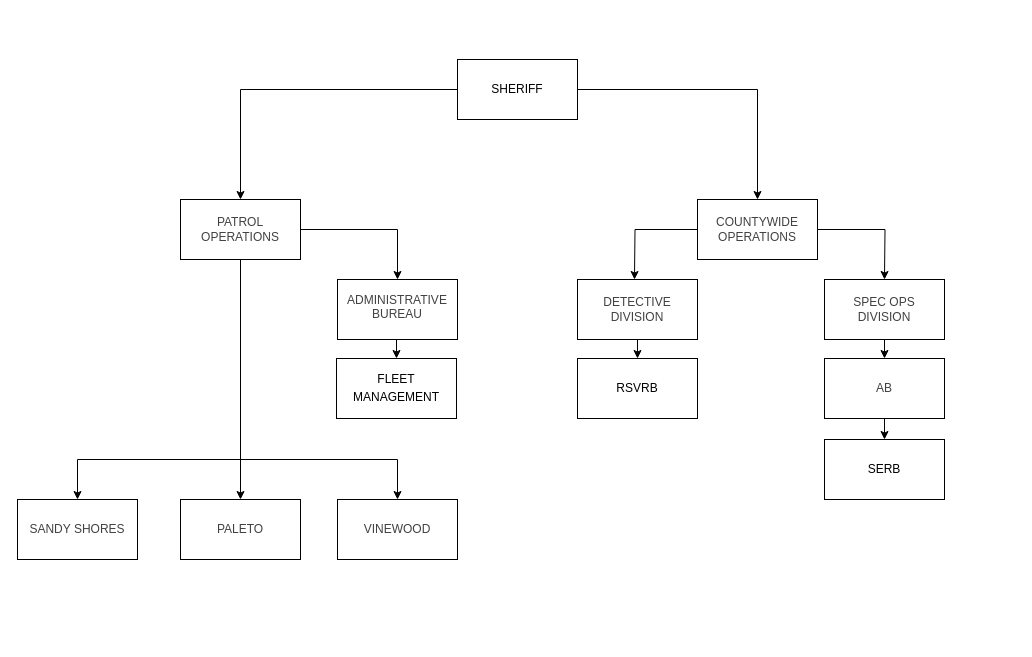
The draw.io diagram Untitled Diagram.drawio in PaulJoych/PaulJoych, before the edit. Source tidied: cells renumbered, new cells numbered last; positions are measured from the earlier drawing's top-left corner, leaving out a move shared by most shapes. Both pictures are drawn from the tidied source at 100%, with x=0, y=0 at pixel (17, 59).
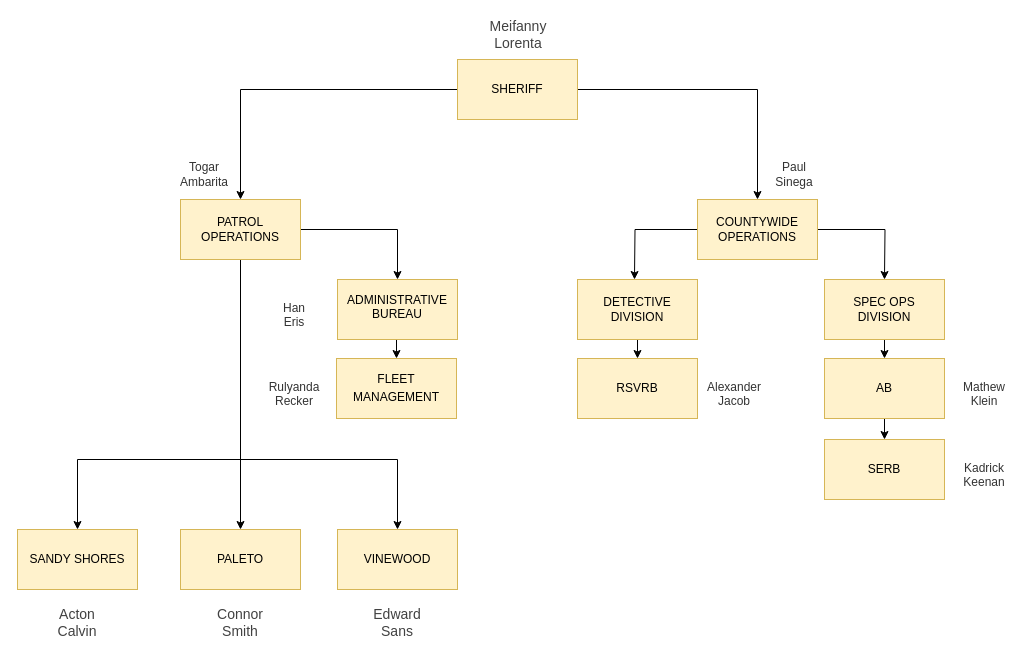
The same page after the edit.

The edit, as a diff of the source:
```diff
@@
-    <mxCell id="4" value="SHERIFF" style="rounded=0;whiteSpace=wrap;html=1;" parent="1" vertex="1">
+    <mxCell id="4" value="SHERIFF" style="rounded=0;whiteSpace=wrap;html=1;fillColor=#fff2cc;strokeColor=#d6b656;fontColor=default;labelBackgroundColor=none;" parent="1" vertex="1">
       <mxGeometry x="440" width="120" height="60" as="geometry" />
     </mxCell>
@@
-    <mxCell id="9" value="&lt;span class=&quot;text-strong&quot; style=&quot;color: rgb(65 , 65 , 65) ; background-color: rgb(255 , 255 , 255)&quot;&gt;&lt;font style=&quot;font-size: 12px&quot;&gt;PATROL OPERATIONS&lt;/font&gt;&lt;/span&gt;" style="rounded=0;whiteSpace=wrap;html=1;" parent="1" vertex="1">
+    <mxCell id="9" value="&lt;span class=&quot;text-strong&quot; style=&quot;&quot;&gt;&lt;font style=&quot;font-size: 12px&quot;&gt;PATROL OPERATIONS&lt;/font&gt;&lt;/span&gt;" style="rounded=0;whiteSpace=wrap;html=1;fillColor=#fff2cc;strokeColor=#d6b656;fontColor=default;labelBackgroundColor=none;" parent="1" vertex="1">
       <mxGeometry x="163" y="140" width="120" height="60" as="geometry" />
     </mxCell>
@@
-    <mxCell id="12" value="&lt;span class=&quot;text-strong&quot; style=&quot;color: rgb(65 , 65 , 65) ; background-color: rgb(255 , 255 , 255)&quot;&gt;&lt;font style=&quot;font-size: 12px&quot;&gt;COUNTYWIDE OPERATIONS&lt;/font&gt;&lt;/span&gt;" style="rounded=0;whiteSpace=wrap;html=1;" parent="1" vertex="1">
+    <mxCell id="12" value="&lt;span class=&quot;text-strong&quot; style=&quot;&quot;&gt;&lt;font style=&quot;font-size: 12px&quot;&gt;COUNTYWIDE OPERATIONS&lt;/font&gt;&lt;/span&gt;" style="rounded=0;whiteSpace=wrap;html=1;fillColor=#fff2cc;strokeColor=#d6b656;fontColor=default;labelBackgroundColor=none;" parent="1" vertex="1">
       <mxGeometry x="680" y="140" width="120" height="60" as="geometry" />
     </mxCell>
@@
-    <mxCell id="14" value="&lt;font color=&quot;#414141&quot;&gt;&lt;span style=&quot;background-color: rgb(255 , 255 , 255)&quot;&gt;DETECTIVE&lt;br&gt;DIVISION&lt;br&gt;&lt;/span&gt;&lt;/font&gt;" style="rounded=0;whiteSpace=wrap;html=1;" parent="1" vertex="1">
+    <mxCell id="14" value="&lt;font&gt;&lt;span style=&quot;&quot;&gt;DETECTIVE&lt;br&gt;DIVISION&lt;br&gt;&lt;/span&gt;&lt;/font&gt;" style="rounded=0;whiteSpace=wrap;html=1;fillColor=#fff2cc;strokeColor=#d6b656;fontColor=default;labelBackgroundColor=none;" parent="1" vertex="1">
       <mxGeometry x="560" y="220" width="120" height="60" as="geometry" />
     </mxCell>
@@
-    <mxCell id="16" value="&lt;span class=&quot;text-strong&quot; style=&quot;color: rgb(65 , 65 , 65) ; background-color: rgb(255 , 255 , 255)&quot;&gt;&lt;font style=&quot;font-size: 12px&quot;&gt;SPEC OPS&lt;br&gt;DIVISION&lt;br&gt;&lt;/font&gt;&lt;/span&gt;" style="rounded=0;whiteSpace=wrap;html=1;" parent="1" vertex="1">
+    <mxCell id="16" value="&lt;span class=&quot;text-strong&quot; style=&quot;&quot;&gt;&lt;font style=&quot;font-size: 12px&quot;&gt;SPEC OPS&lt;br&gt;DIVISION&lt;br&gt;&lt;/font&gt;&lt;/span&gt;" style="rounded=0;whiteSpace=wrap;html=1;fillColor=#fff2cc;strokeColor=#d6b656;fontColor=default;labelBackgroundColor=none;" parent="1" vertex="1">
       <mxGeometry x="807" y="220" width="120" height="60" as="geometry" />
     </mxCell>
-    <mxCell id="17" value="&lt;span class=&quot;text-strong&quot; style=&quot;color: rgb(65 , 65 , 65) ; background-color: rgb(255 , 255 , 255)&quot;&gt;&lt;font style=&quot;font-size: 12px&quot;&gt;PALETO&lt;/font&gt;&lt;/span&gt;" style="rounded=0;whiteSpace=wrap;html=1;" parent="1" vertex="1">
-      <mxGeometry x="163" y="440" width="120" height="60" as="geometry" />
+    <mxCell id="17" value="&lt;span class=&quot;text-strong&quot; style=&quot;&quot;&gt;&lt;font style=&quot;font-size: 12px&quot;&gt;PALETO&lt;/font&gt;&lt;/span&gt;" style="rounded=0;whiteSpace=wrap;html=1;fillColor=#fff2cc;strokeColor=#d6b656;fontColor=default;labelBackgroundColor=none;" parent="1" vertex="1">
+      <mxGeometry x="163" y="470" width="120" height="60" as="geometry" />
     </mxCell>
-    <mxCell id="18" value="&lt;span style=&quot;color: rgb(65 , 65 , 65) ; background-color: rgb(255 , 255 , 255)&quot;&gt;&lt;font style=&quot;font-size: 12px&quot;&gt;SANDY SHORES&lt;/font&gt;&lt;/span&gt;" style="rounded=0;whiteSpace=wrap;html=1;" parent="1" vertex="1">
-      <mxGeometry y="440" width="120" height="60" as="geometry" />
+    <mxCell id="18" value="&lt;span style=&quot;&quot;&gt;&lt;font style=&quot;font-size: 12px&quot;&gt;SANDY SHORES&lt;/font&gt;&lt;/span&gt;" style="rounded=0;whiteSpace=wrap;html=1;fillColor=#fff2cc;strokeColor=#d6b656;fontColor=default;labelBackgroundColor=none;" parent="1" vertex="1">
+      <mxGeometry y="470" width="120" height="60" as="geometry" />
     </mxCell>
-    <mxCell id="19" value="&lt;span class=&quot;text-strong&quot; style=&quot;color: rgb(65 , 65 , 65) ; background-color: rgb(255 , 255 , 255)&quot;&gt;&lt;font style=&quot;font-size: 12px&quot;&gt;VINEWOOD&lt;/font&gt;&lt;/span&gt;" style="rounded=0;whiteSpace=wrap;html=1;" parent="1" vertex="1">
-      <mxGeometry x="320" y="440" width="120" height="60" as="geometry" />
+    <mxCell id="19" value="&lt;span class=&quot;text-strong&quot; style=&quot;&quot;&gt;&lt;font style=&quot;font-size: 12px&quot;&gt;VINEWOOD&lt;/font&gt;&lt;/span&gt;" style="rounded=0;whiteSpace=wrap;html=1;fillColor=#fff2cc;strokeColor=#d6b656;fontColor=default;labelBackgroundColor=none;" parent="1" vertex="1">
+      <mxGeometry x="320" y="470" width="120" height="60" as="geometry" />
     </mxCell>
@@
-    <mxCell id="21" value="&lt;font color=&quot;#414141&quot;&gt;&lt;span style=&quot;background-color: rgb(255 , 255 , 255)&quot;&gt;AB&lt;/span&gt;&lt;/font&gt;" style="rounded=0;whiteSpace=wrap;html=1;" parent="1" vertex="1">
+    <mxCell id="21" value="&lt;font&gt;&lt;span style=&quot;&quot;&gt;AB&lt;/span&gt;&lt;/font&gt;" style="rounded=0;whiteSpace=wrap;html=1;fillColor=#fff2cc;strokeColor=#d6b656;fontColor=default;labelBackgroundColor=none;" parent="1" vertex="1">
       <mxGeometry x="807" y="299" width="120" height="60" as="geometry" />
     </mxCell>
-    <mxCell id="22" value="SERB" style="rounded=0;whiteSpace=wrap;html=1;fontFamily=Helvetica;fontSize=12;" parent="1" vertex="1">
+    <mxCell id="22" value="SERB" style="rounded=0;whiteSpace=wrap;html=1;fontFamily=Helvetica;fontSize=12;fillColor=#fff2cc;strokeColor=#d6b656;fontColor=default;labelBackgroundColor=none;" parent="1" vertex="1">
       <mxGeometry x="807" y="380" width="120" height="60" as="geometry" />
     </mxCell>
-    <mxCell id="23" value="RSVRB" style="rounded=0;whiteSpace=wrap;html=1;fontFamily=Helvetica;fontSize=12;" parent="1" vertex="1">
+    <mxCell id="23" value="RSVRB" style="rounded=0;whiteSpace=wrap;html=1;fontFamily=Helvetica;fontSize=12;fillColor=#fff2cc;strokeColor=#d6b656;fontColor=default;labelBackgroundColor=none;" parent="1" vertex="1">
       <mxGeometry x="560" y="299" width="120" height="60" as="geometry" />
     </mxCell>
@@
-    <mxCell id="25" value="&lt;br&gt;&lt;table cellpadding=&quot;0&quot; cellspacing=&quot;0&quot; width=&quot;100%&quot; border=&quot;0&quot; style=&quot;border-collapse: collapse ; border-spacing: 0px ; color: rgb(65 , 65 , 65) ; font-style: normal ; letter-spacing: normal ; text-transform: none ; word-spacing: 0px ; border-color: rgb(0 , 0 , 0)&quot;&gt;&lt;tbody&gt;&lt;tr style=&quot;background-color: white&quot;&gt;&lt;td style=&quot;padding: 0px&quot;&gt;&lt;center&gt;ADMINISTRATIVE BUREAU&lt;br&gt;&lt;/center&gt;&lt;/td&gt;&lt;/tr&gt;&lt;/tbody&gt;&lt;/table&gt;&lt;font size=&quot;3&quot;&gt;&lt;br&gt;&lt;/font&gt;" style="rounded=0;whiteSpace=wrap;html=1;fontFamily=Helvetica;fontSize=12;" parent="1" vertex="1">
+    <mxCell id="25" value="&lt;br&gt;&lt;table cellpadding=&quot;0&quot; cellspacing=&quot;0&quot; width=&quot;100%&quot; border=&quot;0&quot; style=&quot;border-collapse: collapse; border-spacing: 0px; font-style: normal; letter-spacing: normal; text-transform: none; word-spacing: 0px; border-color: rgb(0, 0, 0);&quot;&gt;&lt;tbody&gt;&lt;tr style=&quot;&quot;&gt;&lt;td style=&quot;padding: 0px&quot;&gt;&lt;center&gt;ADMINISTRATIVE BUREAU&lt;br&gt;&lt;/center&gt;&lt;/td&gt;&lt;/tr&gt;&lt;/tbody&gt;&lt;/table&gt;&lt;font size=&quot;3&quot;&gt;&lt;br&gt;&lt;/font&gt;" style="rounded=0;whiteSpace=wrap;html=1;fontFamily=Helvetica;fontSize=12;fillColor=#fff2cc;strokeColor=#d6b656;fontColor=default;labelBackgroundColor=none;" parent="1" vertex="1">
       <mxGeometry x="320" y="220" width="120" height="60" as="geometry" />
     </mxCell>
-    <mxCell id="26" value="FLEET MANAGEMENT&lt;font size=&quot;3&quot;&gt;&lt;br&gt;&lt;/font&gt;" style="rounded=0;whiteSpace=wrap;html=1;fontFamily=Helvetica;fontSize=12;" parent="1" vertex="1">
+    <mxCell id="26" value="FLEET MANAGEMENT&lt;font size=&quot;3&quot;&gt;&lt;br&gt;&lt;/font&gt;" style="rounded=0;whiteSpace=wrap;html=1;fontFamily=Helvetica;fontSize=12;fillColor=#fff2cc;strokeColor=#d6b656;fontColor=default;labelBackgroundColor=none;" parent="1" vertex="1">
       <mxGeometry x="319" y="299" width="120" height="60" as="geometry" />
     </mxCell>
+    <mxCell id="27" value="&lt;span class=&quot;text-strong&quot; style=&quot;color: rgb(65 , 65 , 65) ; font-size: 14px&quot;&gt;Meifanny Lorenta&lt;/span&gt;" style="text;html=1;strokeColor=none;fillColor=none;align=center;verticalAlign=middle;whiteSpace=wrap;rounded=0;" parent="1" vertex="1">
+      <mxGeometry x="471" y="-40" width="60" height="30" as="geometry" />
+    </mxCell>
+    <mxCell id="28" value="Paul Sinega&lt;br&gt;" style="text;align=center;verticalAlign=middle;rounded=1;labelBackgroundColor=none;fontSize=12;fillColor=none;fontColor=#333333;strokeColor=none;whiteSpace=wrap;html=1;labelBorderColor=none;" parent="1" vertex="1">
+      <mxGeometry x="747" y="100" width="60" height="30" as="geometry" />
+    </mxCell>
+    <mxCell id="29" value="Togar&lt;br&gt;Ambarita&lt;br&gt;" style="text;align=center;verticalAlign=middle;rounded=1;labelBackgroundColor=none;fontSize=12;fillColor=none;fontColor=#333333;strokeColor=none;whiteSpace=wrap;html=1;labelBorderColor=none;" parent="1" vertex="1">
+      <mxGeometry x="157" y="100" width="60" height="30" as="geometry" />
+    </mxCell>
+    <mxCell id="30" value="Mathew Klein" style="text;fontFamily=Helvetica;align=center;labelBackgroundColor=none;fontSize=12;rounded=1;fillColor=none;fontColor=#333333;strokeColor=none;whiteSpace=wrap;html=1;labelBorderColor=none;" parent="1" vertex="1">
+      <mxGeometry x="937" y="314" width="60" height="30" as="geometry" />
+    </mxCell>
+    <mxCell id="31" value="Kadrick Keenan" style="text;fontFamily=Helvetica;align=center;labelBackgroundColor=none;fontSize=12;rounded=1;fillColor=none;fontColor=#333333;strokeColor=none;whiteSpace=wrap;html=1;labelBorderColor=none;" parent="1" vertex="1">
+      <mxGeometry x="937" y="395" width="60" height="30" as="geometry" />
+    </mxCell>
+    <mxCell id="32" value="Alexander&lt;br&gt;Jacob&lt;br&gt;" style="text;fontFamily=Helvetica;align=center;labelBackgroundColor=none;fontSize=12;rounded=1;fillColor=none;fontColor=#333333;strokeColor=none;whiteSpace=wrap;html=1;labelBorderColor=none;" parent="1" vertex="1">
+      <mxGeometry x="687" y="314" width="60" height="30" as="geometry" />
+    </mxCell>
+    <mxCell id="33" value="Han&lt;br&gt;Eris&lt;br&gt;" style="text;fontFamily=Helvetica;align=center;labelBackgroundColor=none;fontSize=12;rounded=1;fillColor=none;fontColor=#333333;strokeColor=none;whiteSpace=wrap;html=1;labelBorderColor=none;" parent="1" vertex="1">
+      <mxGeometry x="247" y="235" width="60" height="30" as="geometry" />
+    </mxCell>
+    <mxCell id="34" value="Rulyanda Recker" style="text;fontFamily=Helvetica;align=center;labelBackgroundColor=none;fontSize=12;rounded=1;fillColor=none;fontColor=#333333;strokeColor=none;whiteSpace=wrap;html=1;labelBorderColor=none;" parent="1" vertex="1">
+      <mxGeometry x="247" y="314" width="60" height="30" as="geometry" />
+    </mxCell>
+    <mxCell id="35" value="&lt;span class=&quot;text-strong&quot; style=&quot;color: rgb(65 , 65 , 65) ; font-size: 14px&quot;&gt;Acton Calvin&lt;/span&gt;" style="text;fontFamily=Helvetica;align=center;labelBackgroundColor=none;fontSize=12;rounded=1;fillColor=none;fontColor=#333333;strokeColor=none;whiteSpace=wrap;html=1;labelBorderColor=none;" parent="1" vertex="1">
+      <mxGeometry x="30" y="540" width="60" height="30" as="geometry" />
+    </mxCell>
+    <mxCell id="36" value="&lt;font color=&quot;#414141&quot;&gt;&lt;span style=&quot;font-size: 14px&quot;&gt;Connor&lt;br&gt;Smith&lt;br&gt;&lt;/span&gt;&lt;/font&gt;" style="text;fontFamily=Helvetica;align=center;labelBackgroundColor=none;fontSize=12;rounded=1;fillColor=none;fontColor=#333333;strokeColor=none;whiteSpace=wrap;html=1;labelBorderColor=none;" parent="1" vertex="1">
+      <mxGeometry x="193" y="540" width="60" height="30" as="geometry" />
+    </mxCell>
+    <mxCell id="37" value="&lt;font color=&quot;#414141&quot;&gt;&lt;span style=&quot;font-size: 14px&quot;&gt;Edward Sans&lt;br&gt;&lt;/span&gt;&lt;/font&gt;" style="text;fontFamily=Helvetica;align=center;labelBackgroundColor=none;fontSize=12;rounded=1;fillColor=none;fontColor=#333333;strokeColor=none;whiteSpace=wrap;html=1;labelBorderColor=none;" parent="1" vertex="1">
+      <mxGeometry x="350" y="540" width="60" height="30" as="geometry" />
+    </mxCell>
```
